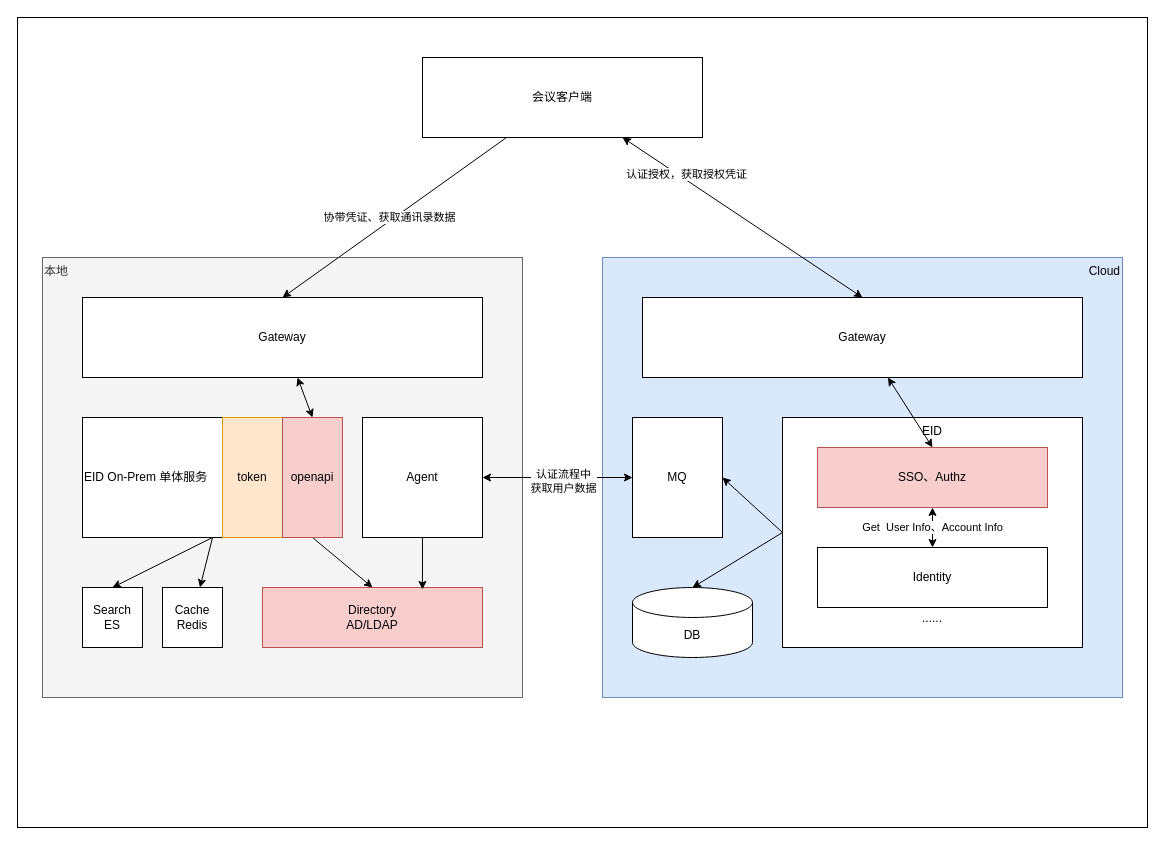
YufuMxl/geek_java_practise keeps this draw.io diagram as homework/src/main/resources/混合云整体架构.drawio. Above is the earlier version. Source tidied: cells renumbered, new cells numbered last; positions are measured from the earlier drawing's top-left corner, leaving out a move shared by most shapes. Both pictures are drawn from the tidied source at 100%, with x=0, y=0 at pixel (17, 17).
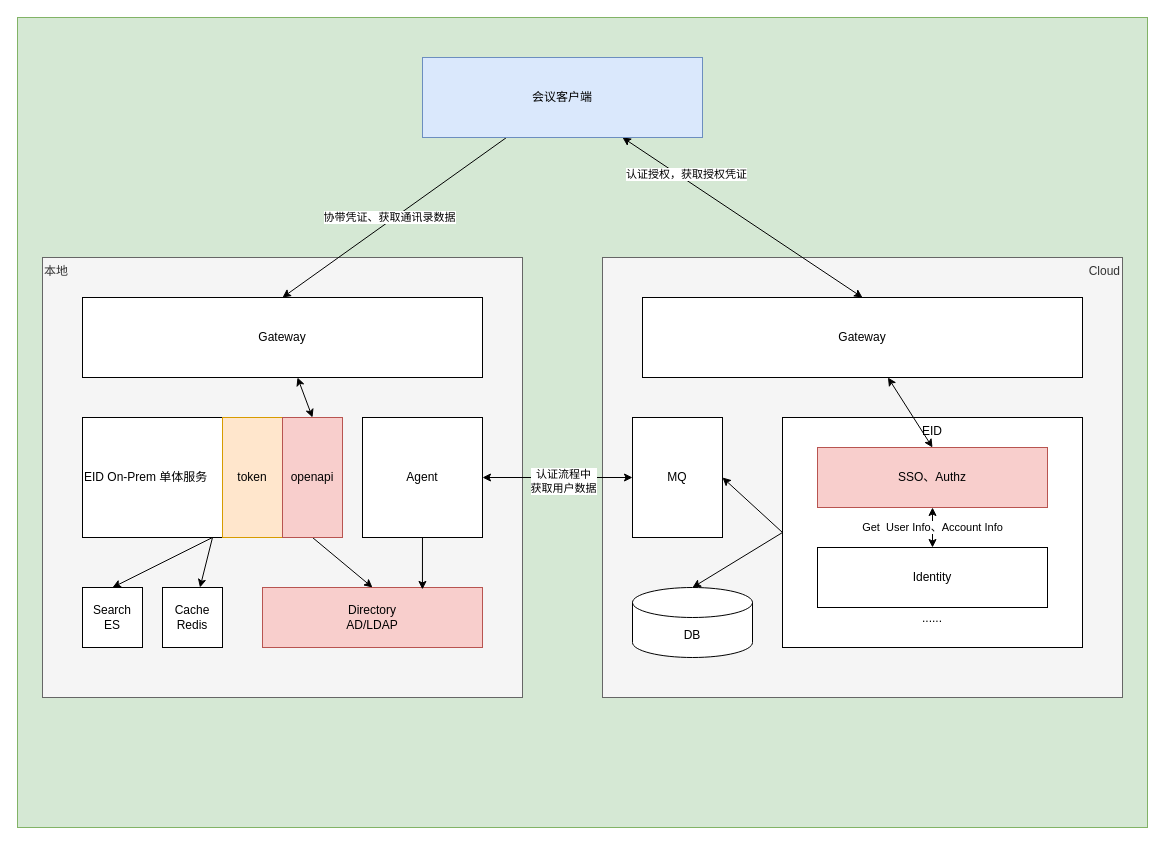
Above is the later version.

Commit message:
更新混合云整体架构.drawio

The edit, as a diff of the source:
```diff
@@
-    <mxCell id="2" style="rounded=0;whiteSpace=wrap;html=1;" parent="1" vertex="1">
+    <mxCell id="2" style="rounded=0;whiteSpace=wrap;html=1;fillColor=#d5e8d4;strokeColor=#82b366;" parent="1" vertex="1">
       <mxGeometry width="1130" height="810" as="geometry" />
     </mxCell>
-    <mxCell id="3" value="Cloud" style="rounded=0;whiteSpace=wrap;html=1;verticalAlign=top;align=right;fillColor=#dae8fc;strokeColor=#6c8ebf;" parent="1" vertex="1">
+    <mxCell id="3" value="Cloud" style="rounded=0;whiteSpace=wrap;html=1;verticalAlign=top;align=right;fillColor=#f5f5f5;strokeColor=#666666;fontColor=#333333;" parent="1" vertex="1">
       <mxGeometry x="585" y="240" width="520" height="440" as="geometry" />
     </mxCell>
@@
-    <mxCell id="25" value="会议客户端" style="rounded=0;whiteSpace=wrap;html=1;" parent="1" vertex="1">
+    <mxCell id="25" value="会议客户端" style="rounded=0;whiteSpace=wrap;html=1;fillColor=#dae8fc;strokeColor=#6c8ebf;" parent="1" vertex="1">
       <mxGeometry x="405" y="40" width="280" height="80" as="geometry" />
     </mxCell>
```
